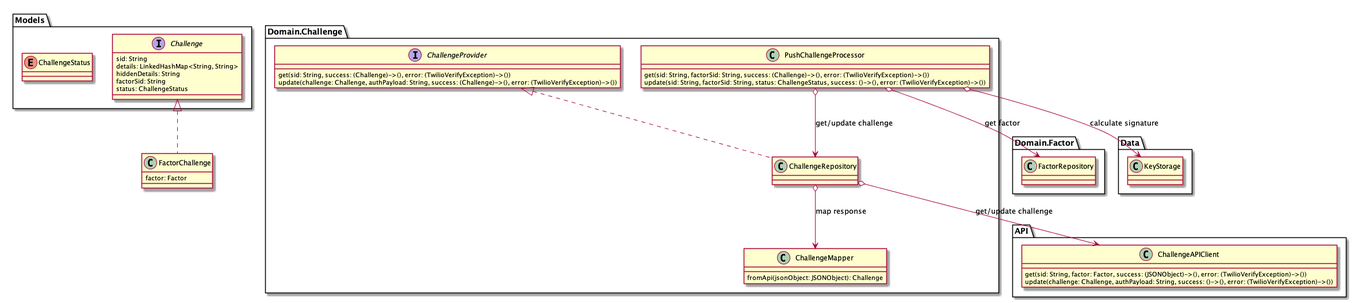
Above: diagrams/Challenge/Challenge.png in twilio/twilio-verify-android (PlantUML), before the change.
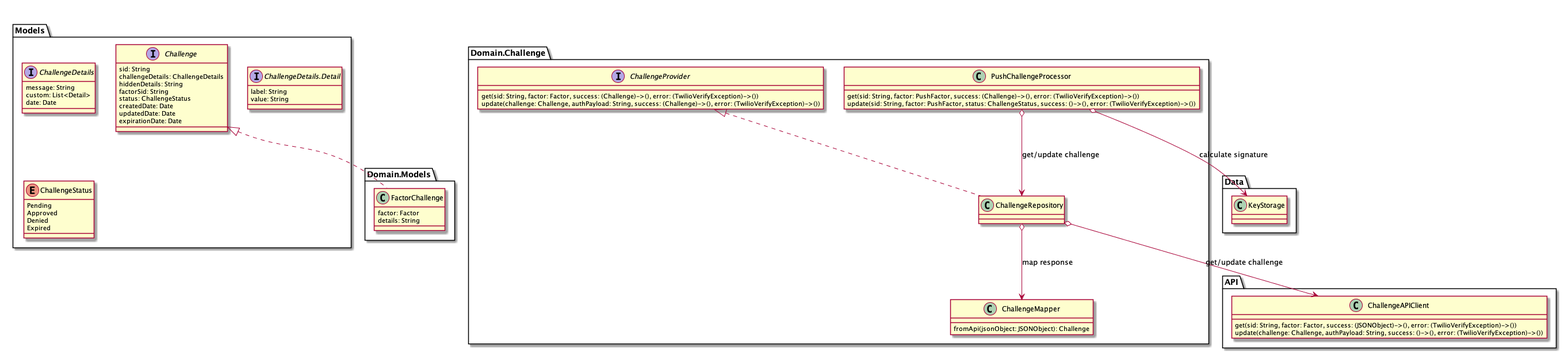
The same diagram one commit later.

What changed in the source:
```diff
@@ -1,16 +1,32 @@
 @startuml Challenge
 interface Models.Challenge {
     sid: String
-    details: LinkedHashMap<String, String>
+    challengeDetails: ChallengeDetails
     hiddenDetails: String
     factorSid: String
     status: ChallengeStatus
+    createdDate: Date
+    updatedDate: Date
+    expirationDate: Date
 }
-class FactorChallenge implements Models.Challenge  {
+interface Models.ChallengeDetails {
+    message: String
+    custom: List<Detail>
+    date: Date
+}
+interface Models.ChallengeDetails.Detail {
+    label: String
+    value: String
+}
+class Domain.Models.FactorChallenge implements Models.Challenge  {
     factor: Factor
+    details: String
 }
 enum Models.ChallengeStatus {
-
+    Pending
+    Approved
+    Denied
+    Expired
 }
 class Domain.Challenge.ChallengeMapper {
     fromApi(jsonObject: JSONObject): Challenge
@@ -20,19 +36,18 @@
     update(challenge: Challenge, authPayload: String, success: ()->(), error: (TwilioVerifyException)->())
 }
 interface Domain.Challenge.ChallengeProvider {
-    get(sid: String, success: (Challenge)->(), error: (TwilioVerifyException)->())
+    get(sid: String, factor: Factor, success: (Challenge)->(), error: (TwilioVerifyException)->())
     update(challenge: Challenge, authPayload: String, success: (Challenge)->(), error: (TwilioVerifyException)->())
 }
 class Domain.Challenge.ChallengeRepository implements Domain.Challenge.ChallengeProvider {
 
 }
 class Domain.Challenge.PushChallengeProcessor {
-    get(sid: String, factorSid: String, success: (Challenge)->(), error: (TwilioVerifyException)->())
-    update(sid: String, factorSid: String, status: ChallengeStatus, success: ()->(), error: (TwilioVerifyException)->())
+    get(sid: String, factor: PushFactor, success: (Challenge)->(), error: (TwilioVerifyException)->())
+    update(sid: String, factor: PushFactor, status: ChallengeStatus, success: ()->(), error: (TwilioVerifyException)->())
 }
 Domain.Challenge.ChallengeRepository o--> Domain.Challenge.ChallengeMapper: map response
 Domain.Challenge.ChallengeRepository o--> API.ChallengeAPIClient: get/update challenge
 Domain.Challenge.PushChallengeProcessor o--> Domain.Challenge.ChallengeRepository: get/update challenge
-Domain.Challenge.PushChallengeProcessor o--> Domain.Factor.FactorRepository: get factor
 Domain.Challenge.PushChallengeProcessor o--> Data.KeyStorage: calculate signature
 @enduml
```
